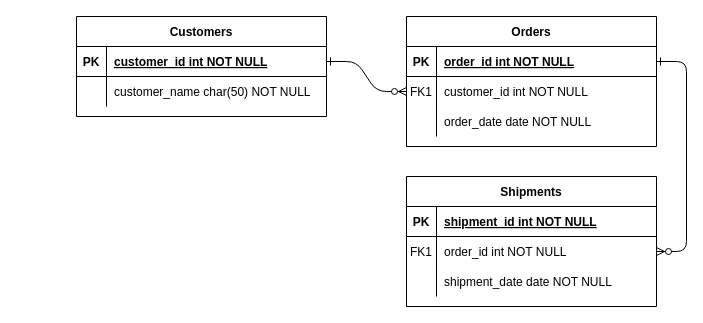
The draw.io diagram master-screen/Untitled Diagram.drawio in esther-sanchezm/Thot, before the edit. Source tidied: cells renumbered, new cells numbered last; positions are measured from the earlier drawing's top-left corner, leaving out a move shared by most shapes. Both pictures are drawn from the tidied source at 100%, with x=0, y=0 at pixel (76, 16).
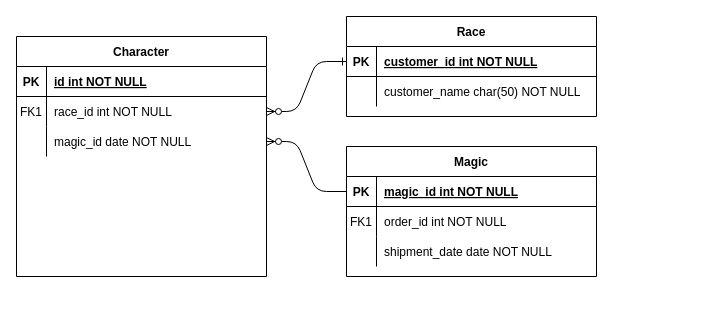
The same page after the edit.

Unchanged cells that the change refers to:
```xml
<mxCell id="5" style="shape=partialRectangle;fillColor=none;points=[[0,0.5],[1,0.5]];portConstraint=eastwest;top=0;left=0;right=0;bottom=1;" parent="4" vertex="1">
  <mxGeometry y="30" width="250" height="30" as="geometry" />
</mxCell>
<mxCell id="8" style="shape=partialRectangle;fillColor=none;points=[[0,0.5],[1,0.5]];portConstraint=eastwest;top=0;left=0;right=0;bottom=0;" parent="4" vertex="1">
  <mxGeometry y="60" width="250" height="30" as="geometry" />
</mxCell>
<mxCell id="11" style="shape=partialRectangle;fillColor=none;points=[[0,0.5],[1,0.5]];portConstraint=eastwest;top=0;left=0;right=0;bottom=0;" parent="4" vertex="1">
  <mxGeometry y="90" width="250" height="30" as="geometry" />
</mxCell>
<mxCell id="15" style="shape=partialRectangle;fillColor=none;points=[[0,0.5],[1,0.5]];portConstraint=eastwest;top=0;left=0;right=0;bottom=1;" parent="14" vertex="1">
  <mxGeometry y="30" width="250" height="30" as="geometry" />
</mxCell>
<mxCell id="18" style="shape=partialRectangle;fillColor=none;points=[[0,0.5],[1,0.5]];portConstraint=eastwest;top=0;left=0;right=0;bottom=0;" parent="14" vertex="1">
  <mxGeometry y="60" width="250" height="30" as="geometry" />
</mxCell>
```

The edit, as a diff of the source:
```diff
@@
-    <mxCell id="3" style="edgeStyle=entityRelationEdgeStyle;endArrow=ERzeroToMany;startArrow=ERone;endFill=1;startFill=0;" parent="1" edge="1" source="5" target="18">
-      <mxGeometry relative="1" as="geometry" />
-    </mxCell>
-    <mxCell id="4" value="Orders" style="shape=table;startSize=30;childLayout=tableLayout;rowLines=0;fontStyle=1;align=center;" parent="1" vertex="1">
-      <mxGeometry x="330" width="250" height="130" as="geometry" />
+    <mxCell id="4" value="Character" style="shape=table;startSize=30;childLayout=tableLayout;rowLines=0;fontStyle=1;align=center;" parent="1" vertex="1">
+      <mxGeometry x="-60" y="20" width="250" height="240" as="geometry" />
     </mxCell>
@@
-    <mxCell id="7" value="order_id int NOT NULL " style="shape=partialRectangle;overflow=hidden;fillColor=none;top=0;left=0;bottom=0;right=0;align=left;spacingLeft=6;fontStyle=5;" parent="5" vertex="1">
+    <mxCell id="7" value="id int NOT NULL " style="shape=partialRectangle;overflow=hidden;fillColor=none;top=0;left=0;bottom=0;right=0;align=left;spacingLeft=6;fontStyle=5;" parent="5" vertex="1">
       <mxGeometry x="30" width="220" height="30" as="geometry" />
     </mxCell>
@@
-    <mxCell id="10" value="customer_id int NOT NULL" style="shape=partialRectangle;overflow=hidden;fillColor=none;top=0;left=0;bottom=0;right=0;align=left;spacingLeft=6;" parent="8" vertex="1">
+    <mxCell id="10" value="race_id int NOT NULL" style="shape=partialRectangle;overflow=hidden;fillColor=none;top=0;left=0;bottom=0;right=0;align=left;spacingLeft=6;" parent="8" vertex="1">
       <mxGeometry x="30" width="220" height="30" as="geometry" />
     </mxCell>
@@
-    <mxCell id="13" value="order_date date NOT NULL" style="shape=partialRectangle;overflow=hidden;fillColor=none;top=0;left=0;bottom=0;right=0;align=left;spacingLeft=6;" parent="11" vertex="1">
+    <mxCell id="13" value="magic_id date NOT NULL" style="shape=partialRectangle;overflow=hidden;fillColor=none;top=0;left=0;bottom=0;right=0;align=left;spacingLeft=6;" parent="11" vertex="1">
       <mxGeometry x="30" width="220" height="30" as="geometry" />
     </mxCell>
-    <mxCell id="14" value="Shipments" style="shape=table;startSize=30;childLayout=tableLayout;rowLines=0;fontStyle=1;align=center;" parent="1" vertex="1">
-      <mxGeometry x="330" y="160" width="250" height="130" as="geometry" />
+    <mxCell id="14" value="Magic" style="shape=table;startSize=30;childLayout=tableLayout;rowLines=0;fontStyle=1;align=center;" parent="1" vertex="1">
+      <mxGeometry x="270" y="130" width="250" height="130" as="geometry" />
     </mxCell>
@@
-    <mxCell id="17" value="shipment_id int NOT NULL " style="shape=partialRectangle;overflow=hidden;fillColor=none;top=0;left=0;bottom=0;right=0;align=left;spacingLeft=6;fontStyle=5;" parent="15" vertex="1">
+    <mxCell id="17" value="magic_id int NOT NULL " style="shape=partialRectangle;overflow=hidden;fillColor=none;top=0;left=0;bottom=0;right=0;align=left;spacingLeft=6;fontStyle=5;" parent="15" vertex="1">
       <mxGeometry x="30" width="220" height="30" as="geometry" />
     </mxCell>
@@
-    <mxCell id="24" value="Customers" style="shape=table;startSize=30;childLayout=tableLayout;rowLines=0;fontStyle=1;align=center;" parent="1" vertex="1">
-      <mxGeometry width="250" height="100" as="geometry" />
+    <mxCell id="24" value="Race" style="shape=table;startSize=30;childLayout=tableLayout;rowLines=0;fontStyle=1;align=center;" parent="1" vertex="1">
+      <mxGeometry x="270" width="250" height="100" as="geometry" />
     </mxCell>
@@
+    <mxCell id="31" style="edgeStyle=entityRelationEdgeStyle;fontSize=12;html=1;endArrow=ERzeroToMany;endFill=1;entryX=1;entryY=0.5;entryDx=0;entryDy=0;exitX=0;exitY=0.5;exitDx=0;exitDy=0;" parent="1" edge="1" source="15" target="11">
+      <mxGeometry relative="1" as="geometry" />
+    </mxCell>
```
